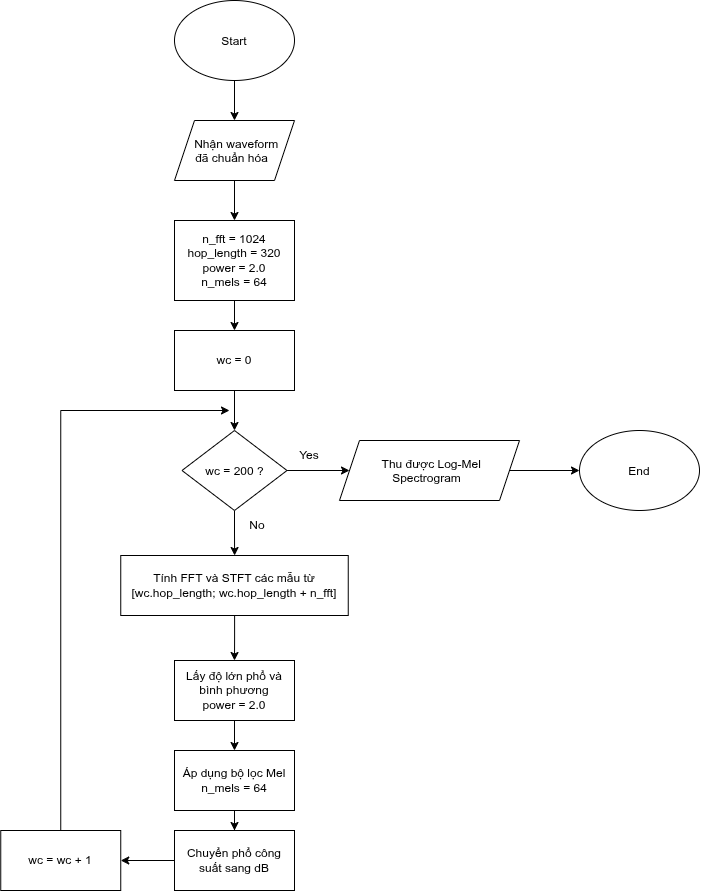
Before: assets/Diagram3.1.png, a diagram exported from draw.io (quanghung4dhh/Audio_Classfication). Source tidied: cells renumbered, new cells last; positions are measured from the earlier drawing's top-left corner, leaving out a move shared by most shapes. The source it was exported from:
```xml
<mxGraphModel>
  <root>
    <mxCell id="0" />
    <mxCell id="1" parent="0" />
    <mxCell id="2" style="edgeStyle=orthogonalEdgeStyle;rounded=0;jettySize=auto;html=1;defaultLabelBackgroundColor=page;" parent="1" edge="1" source="3" target="5">
      <mxGeometry relative="1" as="geometry" />
    </mxCell>
    <mxCell id="3" value="Start" style="ellipse;whiteSpace=wrap;html=1;shapeInside=1;" parent="1" vertex="1">
      <mxGeometry x="174" width="120" height="80" as="geometry" />
    </mxCell>
    <mxCell id="4" style="edgeStyle=orthogonalEdgeStyle;rounded=0;jettySize=auto;html=1;defaultLabelBackgroundColor=page;" parent="1" edge="1" source="5" target="8">
      <mxGeometry relative="1" as="geometry" />
    </mxCell>
    <mxCell id="5" value="Nhận waveform đã chuẩn hóa&lt;div&gt;&lt;br&gt;&lt;/div&gt;" style="shape=parallelogram;perimeter=parallelogramPerimeter;whiteSpace=wrap;html=1;shapeInside=1;fixedSize=1;" parent="1" vertex="1">
      <mxGeometry x="174" y="120" width="120" height="60" as="geometry" />
    </mxCell>
    <mxCell id="6" value="End" style="ellipse;whiteSpace=wrap;html=1;shapeInside=1;" parent="1" vertex="1">
      <mxGeometry x="579" y="430" width="120" height="80" as="geometry" />
    </mxCell>
    <mxCell id="7" style="edgeStyle=orthogonalEdgeStyle;rounded=0;jettySize=auto;html=1;entryX=0.5;entryY=0;entryDx=0;entryDy=0;defaultLabelBackgroundColor=page;" parent="1" edge="1" source="8" target="10">
      <mxGeometry relative="1" as="geometry" />
    </mxCell>
    <mxCell id="8" value="n_fft = 1024&lt;div&gt;hop_length = 320&lt;/div&gt;&lt;div&gt;power = 2.0&lt;/div&gt;&lt;div&gt;n_mels = 64&lt;/div&gt;" style="whiteSpace=wrap;html=1;" parent="1" vertex="1">
      <mxGeometry x="174" y="220" width="120" height="80" as="geometry" />
    </mxCell>
    <mxCell id="9" style="edgeStyle=orthogonalEdgeStyle;rounded=0;jettySize=auto;html=1;entryX=0.5;entryY=0;entryDx=0;entryDy=0;defaultLabelBackgroundColor=page;" parent="1" edge="1" source="10" target="13">
      <mxGeometry relative="1" as="geometry" />
    </mxCell>
    <mxCell id="10" value="wc = 0" style="whiteSpace=wrap;html=1;" parent="1" vertex="1">
      <mxGeometry x="174" y="330" width="120" height="60" as="geometry" />
    </mxCell>
    <mxCell id="11" style="edgeStyle=orthogonalEdgeStyle;rounded=0;jettySize=auto;html=1;defaultLabelBackgroundColor=page;" parent="1" edge="1" source="13" target="15">
      <mxGeometry relative="1" as="geometry" />
    </mxCell>
    <mxCell id="12" style="edgeStyle=orthogonalEdgeStyle;rounded=0;jettySize=auto;html=1;defaultLabelBackgroundColor=page;" parent="1" edge="1" source="13">
      <mxGeometry relative="1" as="geometry">
        <mxPoint x="349" y="470" as="targetPoint" />
      </mxGeometry>
    </mxCell>
    <mxCell id="13" value="wc = 200 ?" style="rhombus;whiteSpace=wrap;html=1;shapeInside=1;" parent="1" vertex="1">
      <mxGeometry x="181.5" y="430" width="105" height="80" as="geometry" />
    </mxCell>
    <mxCell id="14" style="edgeStyle=orthogonalEdgeStyle;rounded=0;jettySize=auto;html=1;entryX=0.5;entryY=0;entryDx=0;entryDy=0;defaultLabelBackgroundColor=page;" parent="1" edge="1" source="15" target="17">
      <mxGeometry relative="1" as="geometry" />
    </mxCell>
    <mxCell id="15" value="Tính FFT và STFT các mẫu từ [wc.hop_length; wc.hop_length + n_fft]" style="whiteSpace=wrap;html=1;" parent="1" vertex="1">
      <mxGeometry x="120.2" y="555" width="227.5" height="60" as="geometry" />
    </mxCell>
    <mxCell id="16" style="edgeStyle=orthogonalEdgeStyle;rounded=0;jettySize=auto;html=1;defaultLabelBackgroundColor=page;" parent="1" edge="1" source="17" target="19">
      <mxGeometry relative="1" as="geometry" />
    </mxCell>
    <mxCell id="17" value="Lấy độ lớn phổ và bình phương&lt;div&gt;power = 2.0&lt;/div&gt;" style="whiteSpace=wrap;html=1;" parent="1" vertex="1">
      <mxGeometry x="174" y="660" width="120" height="60" as="geometry" />
    </mxCell>
    <mxCell id="18" style="edgeStyle=orthogonalEdgeStyle;rounded=0;jettySize=auto;html=1;defaultLabelBackgroundColor=page;" parent="1" edge="1" source="19" target="21">
      <mxGeometry relative="1" as="geometry" />
    </mxCell>
    <mxCell id="19" value="Áp dụng bộ lọc Mel&lt;div&gt;n_mels = 64&lt;/div&gt;" style="whiteSpace=wrap;html=1;" parent="1" vertex="1">
      <mxGeometry x="174" y="750" width="120" height="60" as="geometry" />
    </mxCell>
    <mxCell id="20" style="edgeStyle=orthogonalEdgeStyle;rounded=0;jettySize=auto;html=1;entryX=1;entryY=0.5;entryDx=0;entryDy=0;defaultLabelBackgroundColor=page;" parent="1" edge="1" source="21" target="22">
      <mxGeometry relative="1" as="geometry" />
    </mxCell>
    <mxCell id="21" value="Chuyển phổ công suất sang dB" style="whiteSpace=wrap;html=1;" parent="1" vertex="1">
      <mxGeometry x="174" y="830" width="120" height="60" as="geometry" />
    </mxCell>
    <mxCell id="22" value="wc = wc + 1" style="whiteSpace=wrap;html=1;" parent="1" vertex="1">
      <mxGeometry x="0.2" y="830" width="120" height="60" as="geometry" />
    </mxCell>
    <mxCell id="23" style="edgeStyle=none;jettySize=auto;html=1;rounded=0;defaultLabelBackgroundColor=page;exitX=0.5;exitY=0;exitDx=0;exitDy=0;" parent="1" edge="1" source="22">
      <mxGeometry relative="1" as="geometry">
        <mxPoint x="229" y="410" as="targetPoint" />
        <Array as="points">
          <mxPoint x="60.2" y="410" />
        </Array>
      </mxGeometry>
    </mxCell>
    <mxCell id="24" style="edgeStyle=orthogonalEdgeStyle;rounded=0;jettySize=auto;html=1;entryX=0;entryY=0.5;entryDx=0;entryDy=0;defaultLabelBackgroundColor=page;" parent="1" edge="1" source="25" target="6">
      <mxGeometry relative="1" as="geometry" />
    </mxCell>
    <mxCell id="25" value="Thu được Log-Mel Spectrogram" style="shape=parallelogram;perimeter=parallelogramPerimeter;whiteSpace=wrap;html=1;shapeInside=1;fixedSize=1;" parent="1" vertex="1">
      <mxGeometry x="339" y="440" width="180" height="60" as="geometry" />
    </mxCell>
    <mxCell id="26" value="Yes" style="text;html=1;whiteSpace=wrap;strokeColor=none;fillColor=none;align=center;verticalAlign=middle;rounded=0;" parent="1" vertex="1">
      <mxGeometry x="279" y="440" width="60" height="30" as="geometry" />
    </mxCell>
    <mxCell id="27" value="No" style="text;html=1;whiteSpace=wrap;strokeColor=none;fillColor=none;align=center;verticalAlign=middle;rounded=0;" parent="1" vertex="1">
      <mxGeometry x="226.5" y="510" width="60" height="30" as="geometry" />
    </mxCell>
  </root>
</mxGraphModel>
```
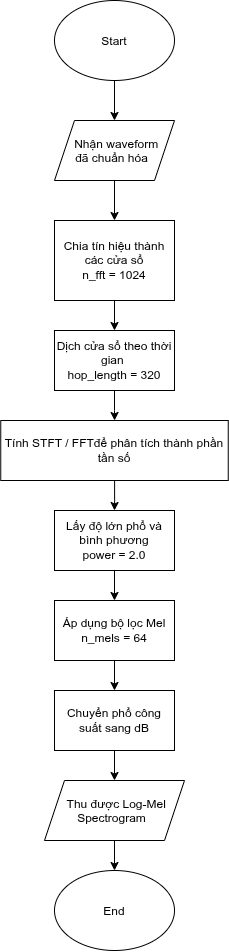
The same file after the commit.

Diff of the diagram source:
```diff
@@ -14,78 +14,50 @@
     <mxCell id="5" value="Nhận waveform đã chuẩn hóa&lt;div&gt;&lt;br&gt;&lt;/div&gt;" style="shape=parallelogram;perimeter=parallelogramPerimeter;whiteSpace=wrap;html=1;shapeInside=1;fixedSize=1;" parent="1" vertex="1">
       <mxGeometry x="174" y="120" width="120" height="60" as="geometry" />
     </mxCell>
-    <mxCell id="6" value="End" style="ellipse;whiteSpace=wrap;html=1;shapeInside=1;" parent="1" vertex="1">
-      <mxGeometry x="579" y="430" width="120" height="80" as="geometry" />
-    </mxCell>
     <mxCell id="7" style="edgeStyle=orthogonalEdgeStyle;rounded=0;jettySize=auto;html=1;entryX=0.5;entryY=0;entryDx=0;entryDy=0;defaultLabelBackgroundColor=page;" parent="1" edge="1" source="8" target="10">
       <mxGeometry relative="1" as="geometry" />
     </mxCell>
-    <mxCell id="8" value="n_fft = 1024&lt;div&gt;hop_length = 320&lt;/div&gt;&lt;div&gt;power = 2.0&lt;/div&gt;&lt;div&gt;n_mels = 64&lt;/div&gt;" style="whiteSpace=wrap;html=1;" parent="1" vertex="1">
+    <mxCell id="8" value="Chia tín hiệu thành các cửa sổ&lt;div&gt;n_fft = 1024&lt;/div&gt;" style="whiteSpace=wrap;html=1;" parent="1" vertex="1">
       <mxGeometry x="174" y="220" width="120" height="80" as="geometry" />
     </mxCell>
-    <mxCell id="9" style="edgeStyle=orthogonalEdgeStyle;rounded=0;jettySize=auto;html=1;entryX=0.5;entryY=0;entryDx=0;entryDy=0;defaultLabelBackgroundColor=page;" parent="1" edge="1" source="10" target="13">
-      <mxGeometry relative="1" as="geometry" />
-    </mxCell>
+    <mxCell id="28" style="edgeStyle=orthogonalEdgeStyle;rounded=0;jettySize=auto;html=1;defaultLabelBackgroundColor=page;" parent="1" edge="1" source="10" target="15">
+      <mxGeometry relative="1" as="geometry" />
+    </mxCell>
-    <mxCell id="10" value="wc = 0" style="whiteSpace=wrap;html=1;" parent="1" vertex="1">
+    <mxCell id="10" value="Dịch cửa sổ theo thời gian&amp;nbsp;&lt;div&gt;hop_length = 320&lt;/div&gt;" style="whiteSpace=wrap;html=1;" parent="1" vertex="1">
       <mxGeometry x="174" y="330" width="120" height="60" as="geometry" />
     </mxCell>
-    <mxCell id="11" style="edgeStyle=orthogonalEdgeStyle;rounded=0;jettySize=auto;html=1;defaultLabelBackgroundColor=page;" parent="1" edge="1" source="13" target="15">
-      <mxGeometry relative="1" as="geometry" />
-    </mxCell>
-    <mxCell id="12" style="edgeStyle=orthogonalEdgeStyle;rounded=0;jettySize=auto;html=1;defaultLabelBackgroundColor=page;" parent="1" edge="1" source="13">
-      <mxGeometry relative="1" as="geometry">
-        <mxPoint x="349" y="470" as="targetPoint" />
-      </mxGeometry>
-    </mxCell>
-    <mxCell id="13" value="wc = 200 ?" style="rhombus;whiteSpace=wrap;html=1;shapeInside=1;" parent="1" vertex="1">
-      <mxGeometry x="181.5" y="430" width="105" height="80" as="geometry" />
-    </mxCell>
     <mxCell id="14" style="edgeStyle=orthogonalEdgeStyle;rounded=0;jettySize=auto;html=1;entryX=0.5;entryY=0;entryDx=0;entryDy=0;defaultLabelBackgroundColor=page;" parent="1" edge="1" source="15" target="17">
       <mxGeometry relative="1" as="geometry" />
     </mxCell>
-    <mxCell id="15" value="Tính FFT và STFT các mẫu từ [wc.hop_length; wc.hop_length + n_fft]" style="whiteSpace=wrap;html=1;" parent="1" vertex="1">
-      <mxGeometry x="120.2" y="555" width="227.5" height="60" as="geometry" />
+    <mxCell id="15" value="Tính STFT / FFTđể phân tích thành phần tần số" style="whiteSpace=wrap;html=1;" parent="1" vertex="1">
+      <mxGeometry x="120.2" y="420" width="227.5" height="60" as="geometry" />
     </mxCell>
     <mxCell id="16" style="edgeStyle=orthogonalEdgeStyle;rounded=0;jettySize=auto;html=1;defaultLabelBackgroundColor=page;" parent="1" edge="1" source="17" target="19">
       <mxGeometry relative="1" as="geometry" />
     </mxCell>
     <mxCell id="17" value="Lấy độ lớn phổ và bình phương&lt;div&gt;power = 2.0&lt;/div&gt;" style="whiteSpace=wrap;html=1;" parent="1" vertex="1">
-      <mxGeometry x="174" y="660" width="120" height="60" as="geometry" />
+      <mxGeometry x="174" y="510" width="120" height="60" as="geometry" />
     </mxCell>
-    <mxCell id="18" style="edgeStyle=orthogonalEdgeStyle;rounded=0;jettySize=auto;html=1;defaultLabelBackgroundColor=page;" parent="1" edge="1" source="19" target="21">
+    <mxCell id="18" style="edgeStyle=orthogonalEdgeStyle;rounded=0;jettySize=auto;html=1;entryX=0.5;entryY=0;entryDx=0;entryDy=0;defaultLabelBackgroundColor=page;" parent="1" edge="1" source="19" target="21">
       <mxGeometry relative="1" as="geometry" />
     </mxCell>
     <mxCell id="19" value="Áp dụng bộ lọc Mel&lt;div&gt;n_mels = 64&lt;/div&gt;" style="whiteSpace=wrap;html=1;" parent="1" vertex="1">
-      <mxGeometry x="174" y="750" width="120" height="60" as="geometry" />
+      <mxGeometry x="174" y="600" width="120" height="60" as="geometry" />
     </mxCell>
-    <mxCell id="20" style="edgeStyle=orthogonalEdgeStyle;rounded=0;jettySize=auto;html=1;entryX=1;entryY=0.5;entryDx=0;entryDy=0;defaultLabelBackgroundColor=page;" parent="1" edge="1" source="21" target="22">
-      <mxGeometry relative="1" as="geometry" />
-    </mxCell>
+    <mxCell id="29" style="edgeStyle=orthogonalEdgeStyle;rounded=0;jettySize=auto;html=1;entryX=0.5;entryY=0;entryDx=0;entryDy=0;defaultLabelBackgroundColor=page;" parent="1" edge="1" source="21" target="25">
+      <mxGeometry relative="1" as="geometry" />
+    </mxCell>
-    <mxCell id="21" value="Chuyển phổ công suất sang dB" style="whiteSpace=wrap;html=1;" parent="1" vertex="1">
-      <mxGeometry x="174" y="830" width="120" height="60" as="geometry" />
+    <mxCell id="21" value="Chuyển phổ công suất sang dB" style="rounded=0;whiteSpace=wrap;html=1;" parent="1" vertex="1">
+      <mxGeometry x="174" y="690" width="120" height="60" as="geometry" />
     </mxCell>
-    <mxCell id="22" value="wc = wc + 1" style="whiteSpace=wrap;html=1;" parent="1" vertex="1">
-      <mxGeometry x="0.2" y="830" width="120" height="60" as="geometry" />
-    </mxCell>
-    <mxCell id="23" style="edgeStyle=none;jettySize=auto;html=1;rounded=0;defaultLabelBackgroundColor=page;exitX=0.5;exitY=0;exitDx=0;exitDy=0;" parent="1" edge="1" source="22">
-      <mxGeometry relative="1" as="geometry">
-        <mxPoint x="229" y="410" as="targetPoint" />
-        <Array as="points">
-          <mxPoint x="60.2" y="410" />
-        </Array>
-      </mxGeometry>
-    </mxCell>
-    <mxCell id="24" style="edgeStyle=orthogonalEdgeStyle;rounded=0;jettySize=auto;html=1;entryX=0;entryY=0.5;entryDx=0;entryDy=0;defaultLabelBackgroundColor=page;" parent="1" edge="1" source="25" target="6">
+    <mxCell id="24" style="edgeStyle=orthogonalEdgeStyle;rounded=0;jettySize=auto;html=1;entryX=0.5;entryY=0;entryDx=0;entryDy=0;defaultLabelBackgroundColor=page;" parent="1" edge="1" source="25" target="6">
       <mxGeometry relative="1" as="geometry" />
     </mxCell>
     <mxCell id="25" value="Thu được Log-Mel Spectrogram" style="shape=parallelogram;perimeter=parallelogramPerimeter;whiteSpace=wrap;html=1;shapeInside=1;fixedSize=1;" parent="1" vertex="1">
-      <mxGeometry x="339" y="440" width="180" height="60" as="geometry" />
+      <mxGeometry x="164" y="780" width="140" height="60" as="geometry" />
     </mxCell>
-    <mxCell id="26" value="Yes" style="text;html=1;whiteSpace=wrap;strokeColor=none;fillColor=none;align=center;verticalAlign=middle;rounded=0;" parent="1" vertex="1">
-      <mxGeometry x="279" y="440" width="60" height="30" as="geometry" />
-    </mxCell>
-    <mxCell id="27" value="No" style="text;html=1;whiteSpace=wrap;strokeColor=none;fillColor=none;align=center;verticalAlign=middle;rounded=0;" parent="1" vertex="1">
-      <mxGeometry x="226.5" y="510" width="60" height="30" as="geometry" />
-    </mxCell>
+    <mxCell id="6" value="End" style="ellipse;whiteSpace=wrap;html=1;shapeInside=1;" parent="1" vertex="1">
+      <mxGeometry x="174" y="870" width="120" height="80" as="geometry" />
+    </mxCell>
   </root>
 </mxGraphModel>
```
